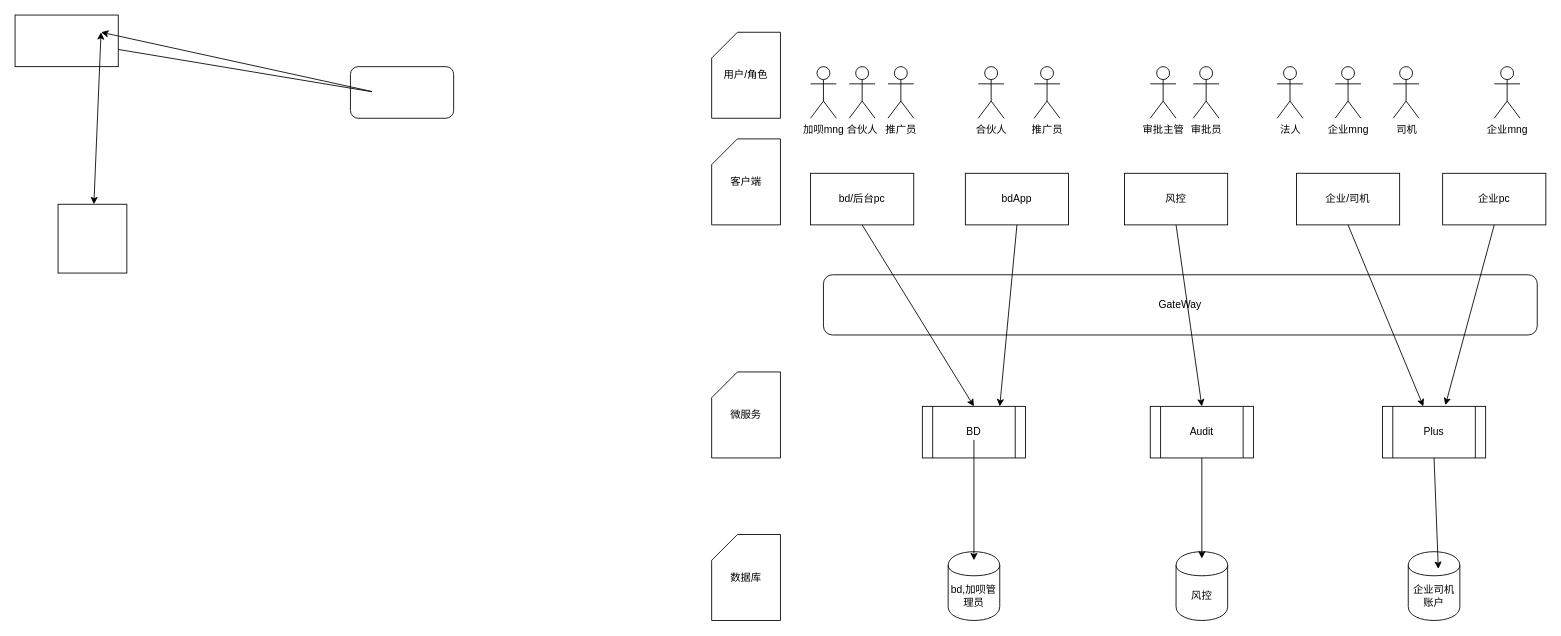
This is 未命名表单.drawio from feng-chaoqing/hello-world, a draw.io file, before an edit. Source tidied: cells renumbered, new cells numbered last; positions are measured from the earlier drawing's top-left corner, leaving out a move shared by most shapes. Both pictures are drawn from the tidied source at 86%, with x=0, y=0 at pixel (15, 15).
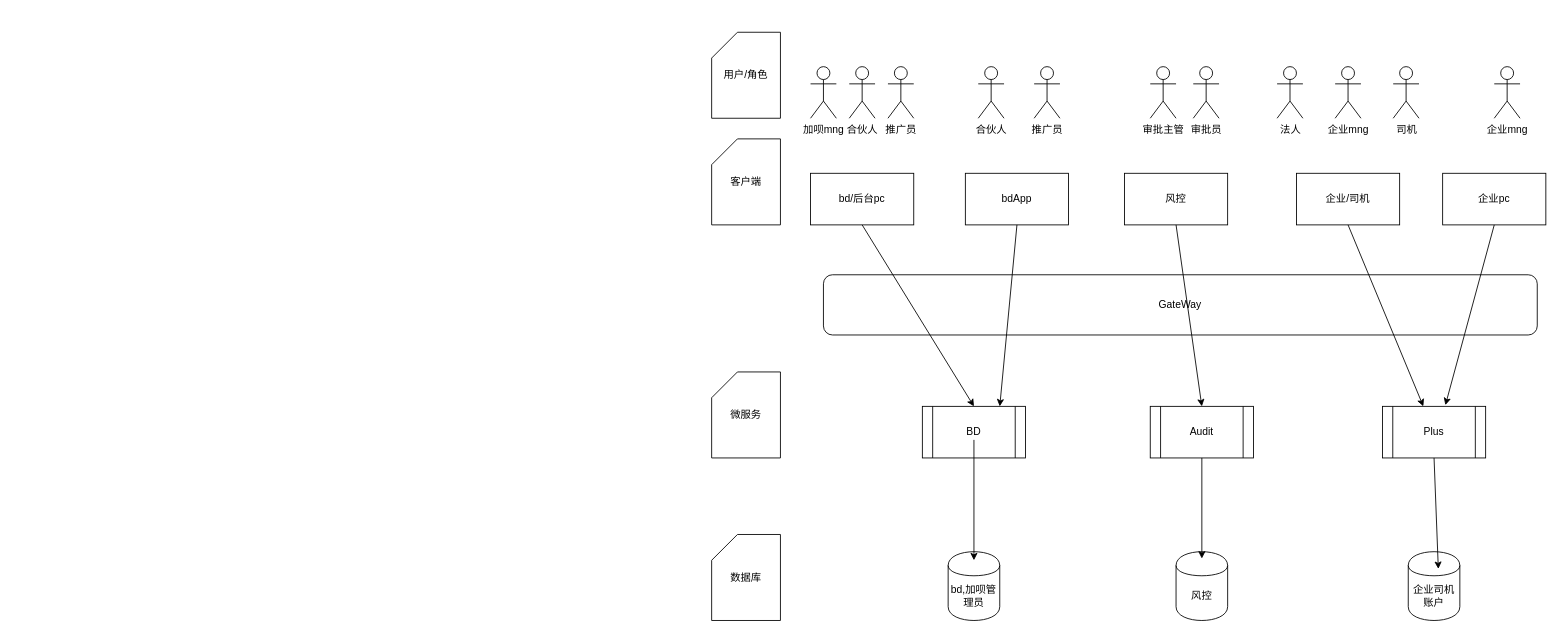
After the change.

Commit message:
更新未命名表单.drawio

Change to the diagram source:
```diff
@@
-    <mxCell id="2" style="rounded=0;whiteSpace=wrap;html=1;" parent="1" vertex="1">
-      <mxGeometry width="120" height="60" as="geometry" />
-    </mxCell>
-    <mxCell id="3" style="rounded=1;whiteSpace=wrap;html=1;" parent="1" vertex="1">
-      <mxGeometry x="390" y="60" width="120" height="60" as="geometry" />
-    </mxCell>
-    <mxCell id="4" style="whiteSpace=wrap;html=1;" parent="1" vertex="1">
-      <mxGeometry x="50" y="220" width="80" height="80" as="geometry" />
-    </mxCell>
-    <mxCell id="5" style="endArrow=classic;startArrow=classic;html=1;" parent="1" edge="1" source="4">
-      <mxGeometry relative="1" as="geometry">
-        <mxPoint x="100" y="20" as="targetPoint" />
-      </mxGeometry>
-    </mxCell>
-    <mxCell id="6" style="endArrow=classic;html=1;" parent="1" edge="1" source="2">
-      <mxGeometry relative="1" as="geometry">
-        <mxPoint x="100" y="20" as="targetPoint" />
-        <Array as="points">
-          <mxPoint x="420" y="90" />
-        </Array>
-      </mxGeometry>
-    </mxCell>
```
